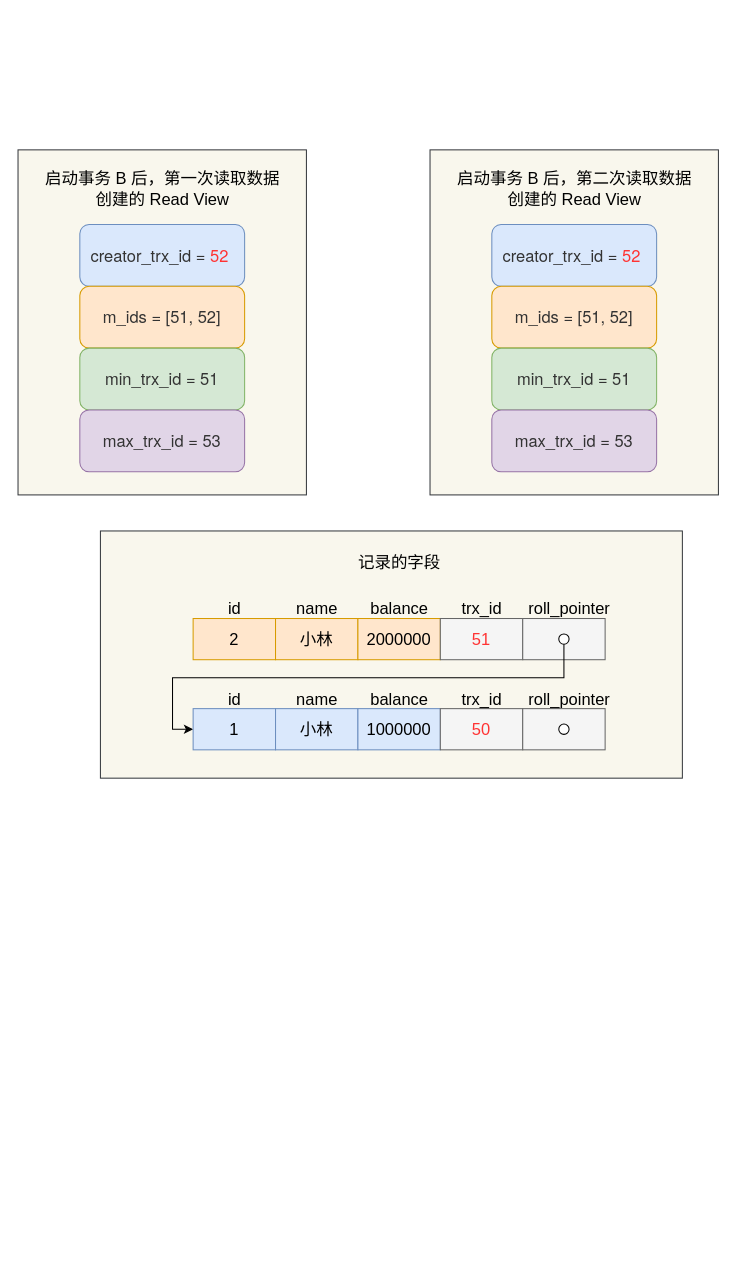
Before: mysql/事务隔离/读提交事务.drawio in xiaolincoder/ImageHost4, a draw.io diagram. Source tidied: cells renumbered, new cells numbered last; positions are measured from the earlier drawing's top-left corner, leaving out a move shared by most shapes. Both pictures are drawn from the tidied source at 103%, with x=0, y=0 at pixel (18, 149).
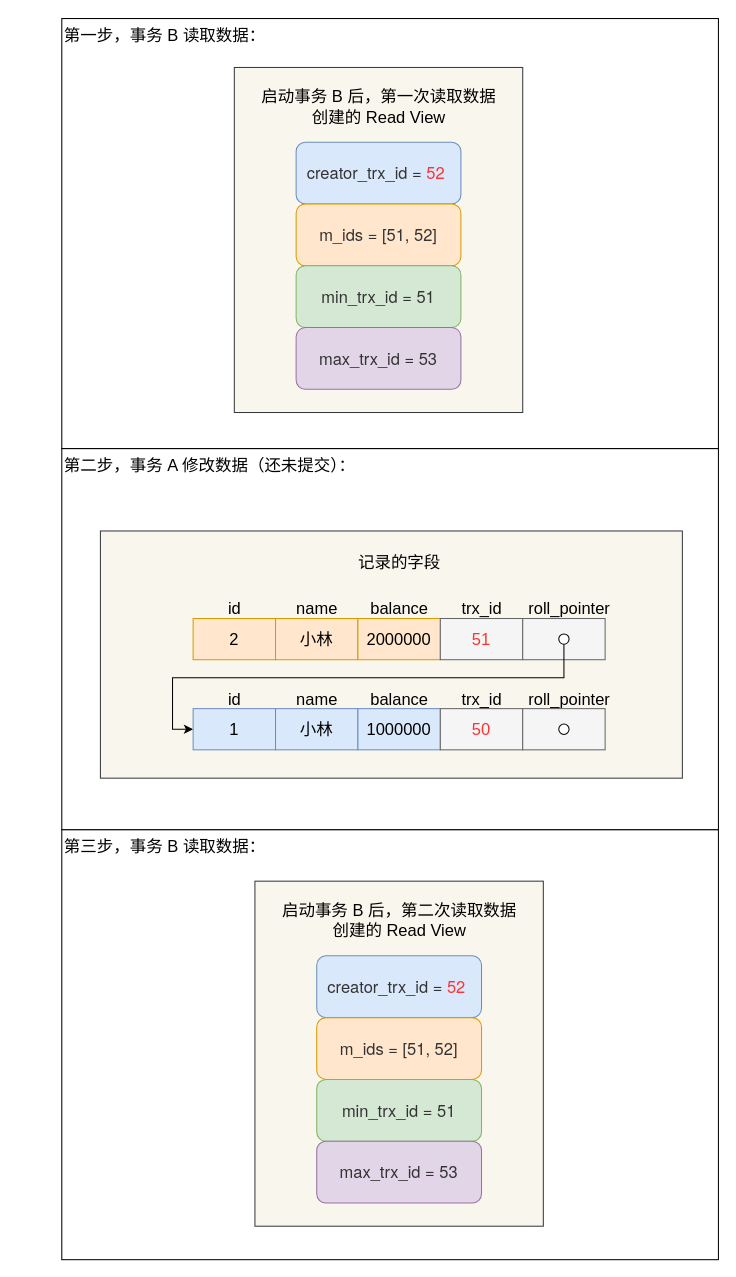
After the change.

Commit message (it also covers changes not shown here):
Update 读提交事务.drawio

What changed in the source:
```diff
@@
+    <mxCell id="39" value="&lt;font color=&quot;#000000&quot;&gt;第三步，事务 B 读取数据：&lt;/font&gt;" style="rounded=0;whiteSpace=wrap;html=1;fontSize=16;fontColor=#FF0000;verticalAlign=top;align=left;" parent="1" vertex="1">
+      <mxGeometry x="42.5" y="660" width="637.5" height="417.5" as="geometry" />
+    </mxCell>
+    <mxCell id="40" value="&lt;font color=&quot;#000000&quot;&gt;第二步，事务 A 修改数据（还未提交）：&lt;/font&gt;" style="rounded=0;whiteSpace=wrap;html=1;fontSize=16;fontColor=#FF0000;verticalAlign=top;align=left;" parent="1" vertex="1">
+      <mxGeometry x="42.5" y="290" width="637.5" height="370" as="geometry" />
+    </mxCell>
+    <mxCell id="41" value="&lt;font color=&quot;#000000&quot;&gt;第一步，事务 B 读取数据：&lt;/font&gt;" style="rounded=0;whiteSpace=wrap;html=1;fontSize=16;fontColor=#FF0000;verticalAlign=top;align=left;" parent="1" vertex="1">
+      <mxGeometry x="42.5" y="-127.5" width="637.5" height="417.5" as="geometry" />
+    </mxCell>
@@
     <mxCell id="3" style="rounded=0;whiteSpace=wrap;html=1;fontSize=16;fillColor=#f9f7ed;strokeColor=#36393d;" parent="1" vertex="1">
-      <mxGeometry width="280" height="335" as="geometry" />
+      <mxGeometry x="210" y="-80" width="280" height="335" as="geometry" />
     </mxCell>
     <mxCell id="4" value="&lt;span style=&quot;color: rgb(51 , 51 , 51) ; font-family: &amp;#34;helvetica neue&amp;#34; , &amp;#34;helvetica&amp;#34; , &amp;#34;arial&amp;#34; , sans-serif ; font-size: 16px ; text-align: left&quot;&gt;creator_trx_&lt;/span&gt;&lt;span style=&quot;color: rgb(51 , 51 , 51) ; font-family: &amp;#34;helvetica neue&amp;#34; , &amp;#34;helvetica&amp;#34; , &amp;#34;arial&amp;#34; , sans-serif ; font-size: 16px ; text-align: left&quot;&gt;id = &lt;/span&gt;&lt;span style=&quot;font-family: &amp;#34;helvetica neue&amp;#34; , &amp;#34;helvetica&amp;#34; , &amp;#34;arial&amp;#34; , sans-serif ; font-size: 16px ; text-align: left&quot;&gt;&lt;font color=&quot;#ff3333&quot;&gt;52&lt;/font&gt;&lt;/span&gt;&lt;span style=&quot;color: rgb(51 , 51 , 51) ; font-family: &amp;#34;helvetica neue&amp;#34; , &amp;#34;helvetica&amp;#34; , &amp;#34;arial&amp;#34; , sans-serif ; font-size: 16px ; text-align: left&quot;&gt;&amp;nbsp;&lt;/span&gt;" style="rounded=1;whiteSpace=wrap;html=1;fontSize=16;fillColor=#dae8fc;strokeColor=#6c8ebf;labelBackgroundColor=none;" parent="1" vertex="1">
-      <mxGeometry x="60" y="72.5" width="160" height="60" as="geometry" />
+      <mxGeometry x="270" y="-7.5" width="160" height="60" as="geometry" />
     </mxCell>
     <mxCell id="5" value="&lt;span style=&quot;color: rgb(51 , 51 , 51) ; font-family: &amp;quot;helvetica neue&amp;quot; , &amp;quot;helvetica&amp;quot; , &amp;quot;arial&amp;quot; , sans-serif ; font-size: 16px ; text-align: left&quot;&gt;m_&lt;/span&gt;&lt;span style=&quot;color: rgb(51 , 51 , 51) ; font-family: &amp;quot;helvetica neue&amp;quot; , &amp;quot;helvetica&amp;quot; , &amp;quot;arial&amp;quot; , sans-serif ; font-size: 16px ; text-align: left&quot;&gt;id&lt;/span&gt;&lt;span style=&quot;color: rgb(51 , 51 , 51) ; font-family: &amp;quot;helvetica neue&amp;quot; , &amp;quot;helvetica&amp;quot; , &amp;quot;arial&amp;quot; , sans-serif ; font-size: 16px ; text-align: left&quot;&gt;s = [51, 52]&lt;br style=&quot;font-size: 16px;&quot;&gt;&lt;/span&gt;" style="rounded=1;whiteSpace=wrap;html=1;fontSize=16;fillColor=#ffe6cc;strokeColor=#d79b00;labelBackgroundColor=none;" parent="1" vertex="1">
-      <mxGeometry x="60" y="132.5" width="160" height="60" as="geometry" />
+      <mxGeometry x="270" y="52.5" width="160" height="60" as="geometry" />
     </mxCell>
     <mxCell id="6" value="&lt;span style=&quot;color: rgb(51 , 51 , 51) ; font-family: &amp;quot;helvetica neue&amp;quot; , &amp;quot;helvetica&amp;quot; , &amp;quot;arial&amp;quot; , sans-serif ; font-size: 16px ; text-align: left&quot;&gt;min_trx_&lt;/span&gt;&lt;span style=&quot;color: rgb(51 , 51 , 51) ; font-family: &amp;quot;helvetica neue&amp;quot; , &amp;quot;helvetica&amp;quot; , &amp;quot;arial&amp;quot; , sans-serif ; font-size: 16px ; text-align: left&quot;&gt;id = 51&lt;/span&gt;" style="rounded=1;whiteSpace=wrap;html=1;fontSize=16;fillColor=#d5e8d4;strokeColor=#82b366;labelBackgroundColor=none;" parent="1" vertex="1">
-      <mxGeometry x="60" y="192.5" width="160" height="60" as="geometry" />
+      <mxGeometry x="270" y="112.5" width="160" height="60" as="geometry" />
     </mxCell>
     <mxCell id="7" value="&lt;span style=&quot;color: rgb(51 , 51 , 51) ; font-family: &amp;quot;helvetica neue&amp;quot; , &amp;quot;helvetica&amp;quot; , &amp;quot;arial&amp;quot; , sans-serif ; font-size: 16px ; text-align: left&quot;&gt;max_trx_&lt;/span&gt;&lt;span style=&quot;color: rgb(51 , 51 , 51) ; font-family: &amp;quot;helvetica neue&amp;quot; , &amp;quot;helvetica&amp;quot; , &amp;quot;arial&amp;quot; , sans-serif ; font-size: 16px ; text-align: left&quot;&gt;id = 53&lt;/span&gt;" style="rounded=1;whiteSpace=wrap;html=1;fontSize=16;fillColor=#e1d5e7;strokeColor=#9673a6;labelBackgroundColor=none;" parent="1" vertex="1">
-      <mxGeometry x="60" y="252.5" width="160" height="60" as="geometry" />
+      <mxGeometry x="270" y="172.5" width="160" height="60" as="geometry" />
     </mxCell>
     <mxCell id="8" value="启动事务 B 后，第一次读取数据&lt;br&gt;创建的 Read View" style="text;html=1;align=center;verticalAlign=middle;strokeColor=none;fontSize=16;" parent="1" vertex="1">
-      <mxGeometry x="20" y="17.5" width="240" height="40" as="geometry" />
+      <mxGeometry x="230" y="-62.5" width="240" height="40" as="geometry" />
     </mxCell>
@@
     <mxCell id="33" style="rounded=0;whiteSpace=wrap;html=1;fontSize=16;fillColor=#f9f7ed;strokeColor=#36393d;" parent="1" vertex="1">
-      <mxGeometry x="400" width="280" height="335" as="geometry" />
+      <mxGeometry x="230" y="710" width="280" height="335" as="geometry" />
     </mxCell>
     <mxCell id="34" value="&lt;span style=&quot;color: rgb(51 , 51 , 51) ; font-family: &amp;#34;helvetica neue&amp;#34; , &amp;#34;helvetica&amp;#34; , &amp;#34;arial&amp;#34; , sans-serif ; font-size: 16px ; text-align: left&quot;&gt;creator_trx_&lt;/span&gt;&lt;span style=&quot;color: rgb(51 , 51 , 51) ; font-family: &amp;#34;helvetica neue&amp;#34; , &amp;#34;helvetica&amp;#34; , &amp;#34;arial&amp;#34; , sans-serif ; font-size: 16px ; text-align: left&quot;&gt;id = &lt;/span&gt;&lt;span style=&quot;font-family: &amp;#34;helvetica neue&amp;#34; , &amp;#34;helvetica&amp;#34; , &amp;#34;arial&amp;#34; , sans-serif ; font-size: 16px ; text-align: left&quot;&gt;&lt;font color=&quot;#ff3333&quot;&gt;52&lt;/font&gt;&lt;/span&gt;&lt;span style=&quot;color: rgb(51 , 51 , 51) ; font-family: &amp;#34;helvetica neue&amp;#34; , &amp;#34;helvetica&amp;#34; , &amp;#34;arial&amp;#34; , sans-serif ; font-size: 16px ; text-align: left&quot;&gt;&amp;nbsp;&lt;/span&gt;" style="rounded=1;whiteSpace=wrap;html=1;fontSize=16;fillColor=#dae8fc;strokeColor=#6c8ebf;labelBackgroundColor=none;" parent="1" vertex="1">
-      <mxGeometry x="460" y="72.5" width="160" height="60" as="geometry" />
+      <mxGeometry x="290" y="782.5" width="160" height="60" as="geometry" />
     </mxCell>
     <mxCell id="35" value="&lt;span style=&quot;color: rgb(51 , 51 , 51) ; font-family: &amp;quot;helvetica neue&amp;quot; , &amp;quot;helvetica&amp;quot; , &amp;quot;arial&amp;quot; , sans-serif ; font-size: 16px ; text-align: left&quot;&gt;m_&lt;/span&gt;&lt;span style=&quot;color: rgb(51 , 51 , 51) ; font-family: &amp;quot;helvetica neue&amp;quot; , &amp;quot;helvetica&amp;quot; , &amp;quot;arial&amp;quot; , sans-serif ; font-size: 16px ; text-align: left&quot;&gt;id&lt;/span&gt;&lt;span style=&quot;color: rgb(51 , 51 , 51) ; font-family: &amp;quot;helvetica neue&amp;quot; , &amp;quot;helvetica&amp;quot; , &amp;quot;arial&amp;quot; , sans-serif ; font-size: 16px ; text-align: left&quot;&gt;s = [51, 52]&lt;br style=&quot;font-size: 16px;&quot;&gt;&lt;/span&gt;" style="rounded=1;whiteSpace=wrap;html=1;fontSize=16;fillColor=#ffe6cc;strokeColor=#d79b00;labelBackgroundColor=none;" parent="1" vertex="1">
-      <mxGeometry x="460" y="132.5" width="160" height="60" as="geometry" />
+      <mxGeometry x="290" y="842.5" width="160" height="60" as="geometry" />
     </mxCell>
     <mxCell id="36" value="&lt;span style=&quot;color: rgb(51 , 51 , 51) ; font-family: &amp;quot;helvetica neue&amp;quot; , &amp;quot;helvetica&amp;quot; , &amp;quot;arial&amp;quot; , sans-serif ; font-size: 16px ; text-align: left&quot;&gt;min_trx_&lt;/span&gt;&lt;span style=&quot;color: rgb(51 , 51 , 51) ; font-family: &amp;quot;helvetica neue&amp;quot; , &amp;quot;helvetica&amp;quot; , &amp;quot;arial&amp;quot; , sans-serif ; font-size: 16px ; text-align: left&quot;&gt;id = 51&lt;/span&gt;" style="rounded=1;whiteSpace=wrap;html=1;fontSize=16;fillColor=#d5e8d4;strokeColor=#82b366;labelBackgroundColor=none;" parent="1" vertex="1">
-      <mxGeometry x="460" y="192.5" width="160" height="60" as="geometry" />
+      <mxGeometry x="290" y="902.5" width="160" height="60" as="geometry" />
     </mxCell>
     <mxCell id="37" value="&lt;span style=&quot;color: rgb(51 , 51 , 51) ; font-family: &amp;quot;helvetica neue&amp;quot; , &amp;quot;helvetica&amp;quot; , &amp;quot;arial&amp;quot; , sans-serif ; font-size: 16px ; text-align: left&quot;&gt;max_trx_&lt;/span&gt;&lt;span style=&quot;color: rgb(51 , 51 , 51) ; font-family: &amp;quot;helvetica neue&amp;quot; , &amp;quot;helvetica&amp;quot; , &amp;quot;arial&amp;quot; , sans-serif ; font-size: 16px ; text-align: left&quot;&gt;id = 53&lt;/span&gt;" style="rounded=1;whiteSpace=wrap;html=1;fontSize=16;fillColor=#e1d5e7;strokeColor=#9673a6;labelBackgroundColor=none;" parent="1" vertex="1">
-      <mxGeometry x="460" y="252.5" width="160" height="60" as="geometry" />
+      <mxGeometry x="290" y="962.5" width="160" height="60" as="geometry" />
     </mxCell>
     <mxCell id="38" value="启动事务 B 后，第二次读取数据&lt;br&gt;创建的 Read View" style="text;html=1;align=center;verticalAlign=middle;strokeColor=none;fontSize=16;" parent="1" vertex="1">
-      <mxGeometry x="420" y="17.5" width="240" height="40" as="geometry" />
+      <mxGeometry x="250" y="727.5" width="240" height="40" as="geometry" />
     </mxCell>
```
